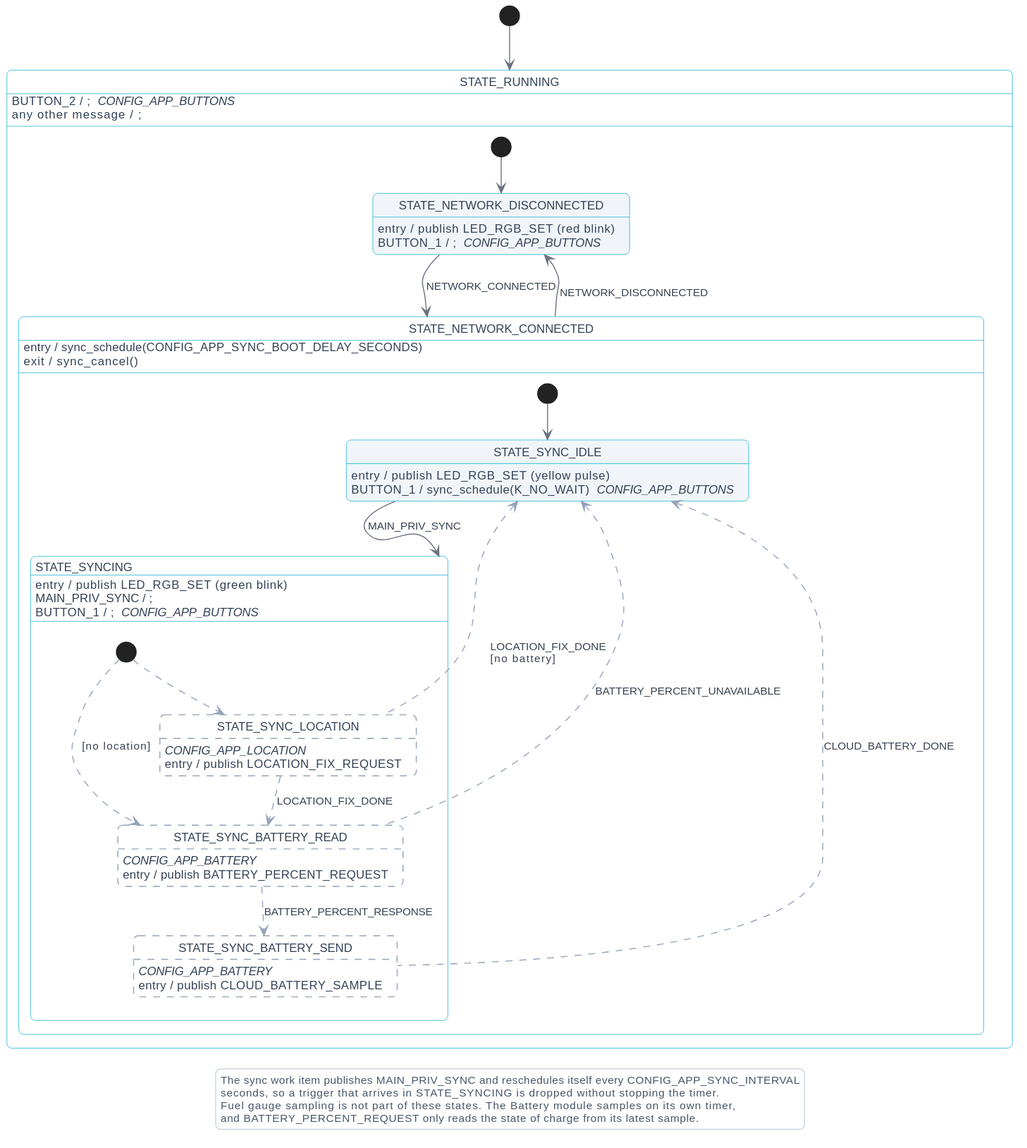
Before: docs/applications/93m1_at/diagrams/main.svg, a diagram exported from PlantUML (nrfconnect/ncs-serial-modem-host-applications).
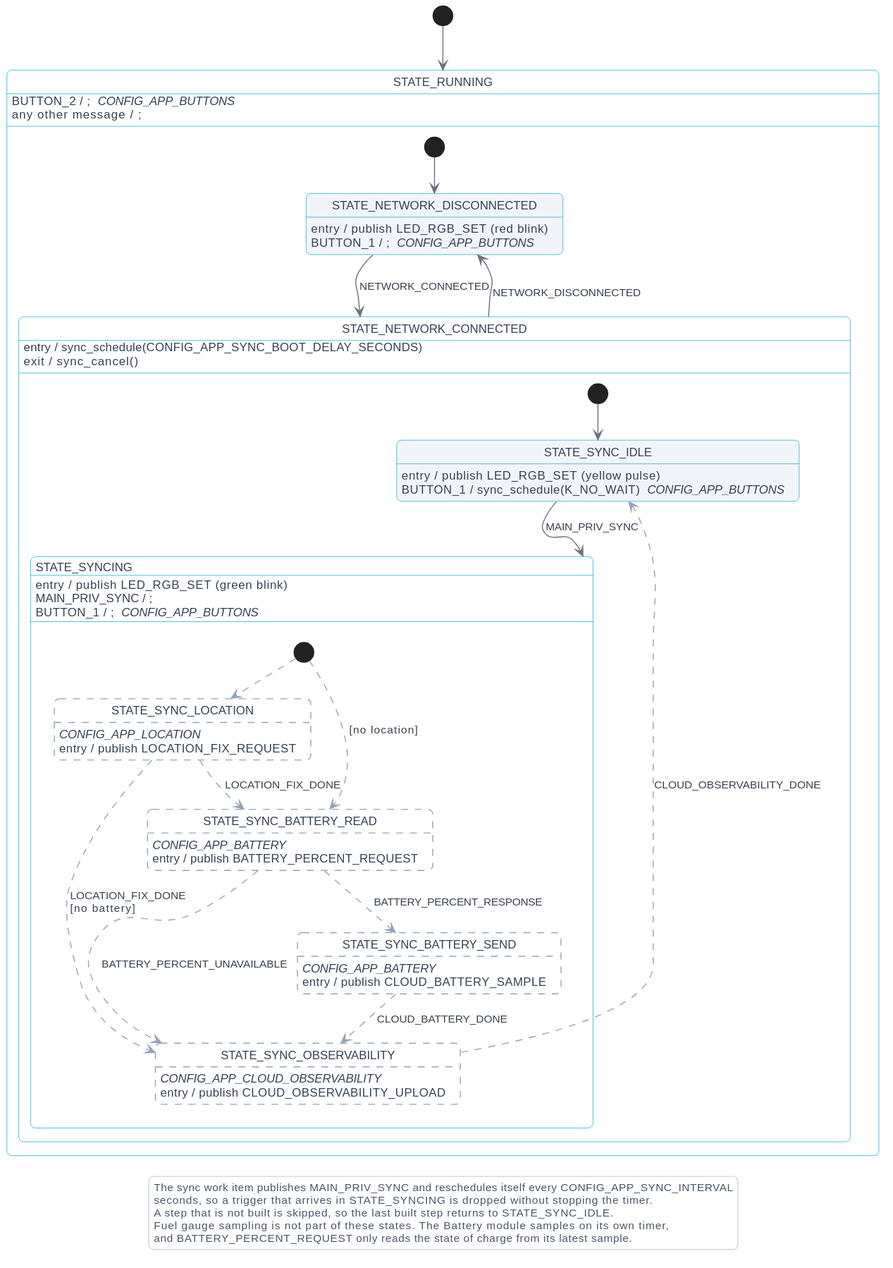
Later version of the same file.

Commit message:
docs: applications: 93m1_at: document observability upload

The edit, as a diff of the source:
```diff
@@ -113,6 +113,10 @@
             STATE_SYNC_BATTERY_SEND : <i>CONFIG_APP_BATTERY</i>
             STATE_SYNC_BATTERY_SEND : entry / publish CLOUD_BATTERY_SAMPLE
 
+            state STATE_SYNC_OBSERVABILITY #FFFFFF;line:94A3B8;line.dashed
+            STATE_SYNC_OBSERVABILITY : <i>CONFIG_APP_CLOUD_OBSERVABILITY</i>
+            STATE_SYNC_OBSERVABILITY : entry / publish CLOUD_OBSERVABILITY_UPLOAD
+
             [*] -[#94A3B8,dashed]-> STATE_SYNC_LOCATION
             [*] -[#94A3B8,dashed]-> STATE_SYNC_BATTERY_READ : [no location]
 
@@ -126,9 +130,10 @@
         [*] --> STATE_SYNC_IDLE
 
         STATE_SYNC_IDLE -down-> STATE_SYNCING : MAIN_PRIV_SYNC
-        STATE_SYNC_LOCATION -[#94A3B8,dashed]up-> STATE_SYNC_IDLE : LOCATION_FIX_DONE\n[no battery]
-        STATE_SYNC_BATTERY_READ -[#94A3B8,dashed]up-> STATE_SYNC_IDLE : BATTERY_PERCENT_UNAVAILABLE
-        STATE_SYNC_BATTERY_SEND -[#94A3B8,dashed]up-> STATE_SYNC_IDLE : CLOUD_BATTERY_DONE
+        STATE_SYNC_LOCATION -[#94A3B8,dashed]-> STATE_SYNC_OBSERVABILITY : LOCATION_FIX_DONE\n[no battery]
+        STATE_SYNC_BATTERY_READ -[#94A3B8,dashed]-> STATE_SYNC_OBSERVABILITY : BATTERY_PERCENT_UNAVAILABLE
+        STATE_SYNC_BATTERY_SEND -[#94A3B8,dashed]-> STATE_SYNC_OBSERVABILITY : CLOUD_BATTERY_DONE
+        STATE_SYNC_OBSERVABILITY -[#94A3B8,dashed]up-> STATE_SYNC_IDLE : CLOUD_OBSERVABILITY_DONE
     }
     STATE_NETWORK_CONNECTED : entry / sync_schedule(CONFIG_APP_SYNC_BOOT_DELAY_SECONDS)
     STATE_NETWORK_CONNECTED : exit / sync_cancel()
@@ -146,6 +151,7 @@
 legend bottom
   The sync work item publishes MAIN_PRIV_SYNC and reschedules itself every CONFIG_APP_SYNC_INTERVAL
   seconds, so a trigger that arrives in STATE_SYNCING is dropped without stopping the timer.
+  A step that is not built is skipped, so the last built step returns to STATE_SYNC_IDLE.
   Fuel gauge sampling is not part of these states. The Battery module samples on its own timer,
   and BATTERY_PERCENT_REQUEST only reads the state of charge from its latest sample.
 end legend
```
